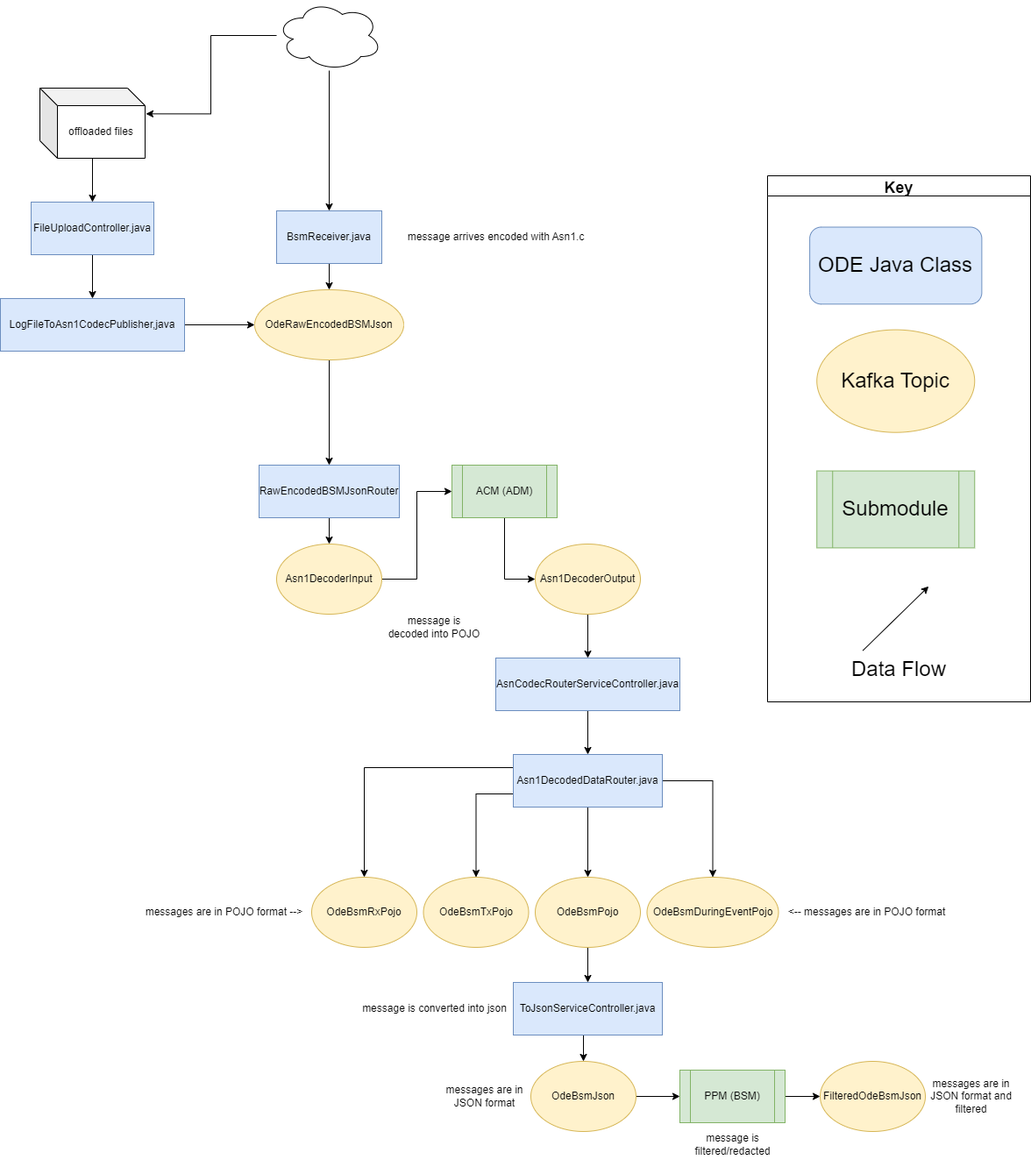
Before: docs/data-flow-diagrams/bsm/BSM Data Flow.drawio.png, a diagram exported from draw.io (CDOT-CV/jpo-ode). Source tidied: cells renumbered, new cells last; positions are measured from the earlier drawing's top-left corner, leaving out a move shared by most shapes.
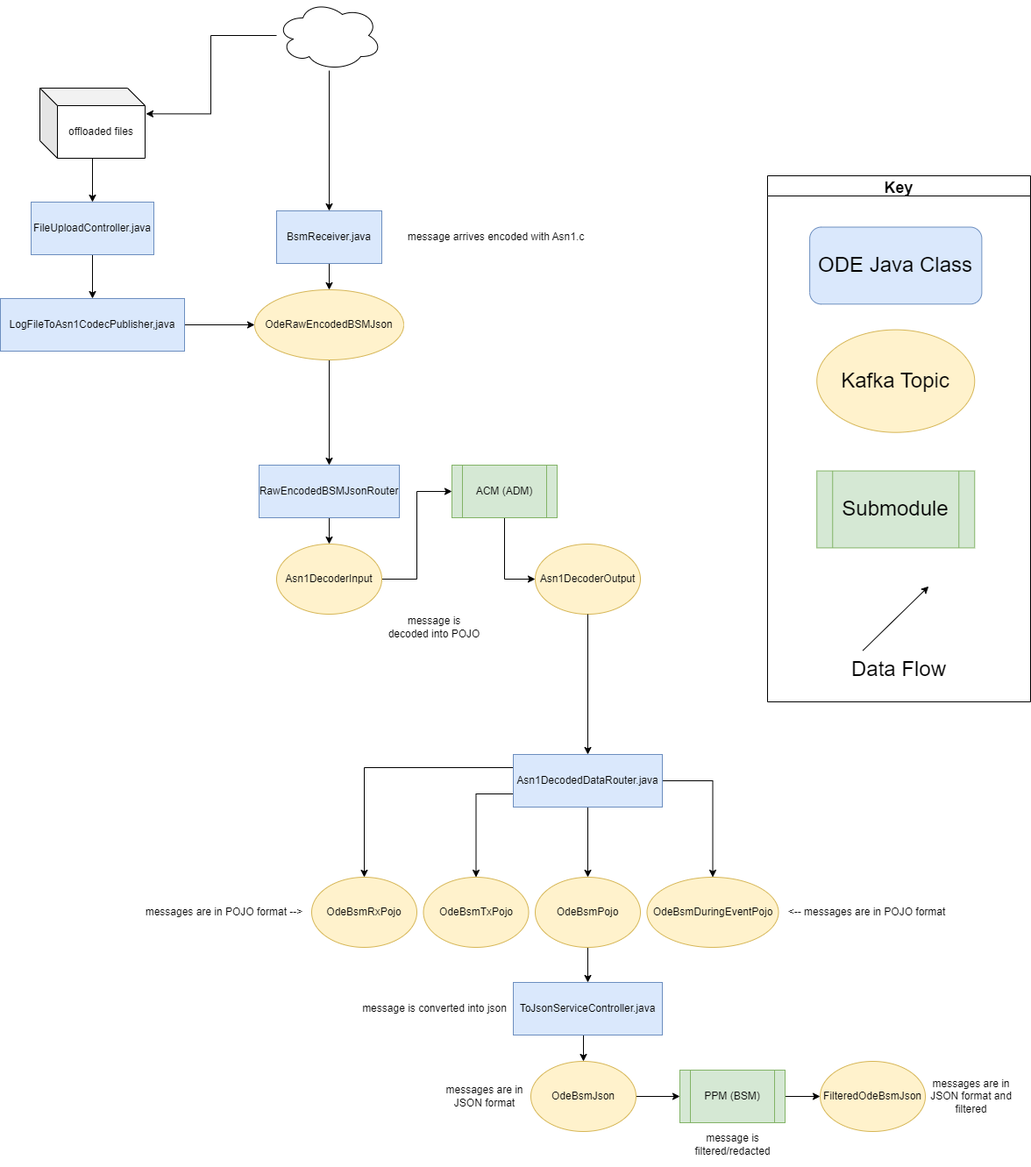
After the change.

Commit message:
docs: update BSM Data Flow diagram

Diff of the diagram source:
```diff
@@ -59,9 +59,6 @@
     <mxCell id="20" value="Asn1DecoderInput" style="ellipse;whiteSpace=wrap;html=1;fillColor=#fff2cc;strokeColor=#d6b656;" parent="1" vertex="1">
       <mxGeometry x="315" y="620" width="120" height="80" as="geometry" />
     </mxCell>
-    <mxCell id="21" style="edgeStyle=orthogonalEdgeStyle;rounded=0;jettySize=auto;html=1;" parent="1" edge="1" source="22" target="32">
-      <mxGeometry relative="1" as="geometry" />
-    </mxCell>
     <mxCell id="22" value="Asn1DecoderOutput" style="ellipse;whiteSpace=wrap;html=1;fillColor=#fff2cc;strokeColor=#d6b656;" parent="1" vertex="1">
       <mxGeometry x="610" y="620" width="120" height="80" as="geometry" />
     </mxCell>
@@ -89,12 +86,9 @@
     <mxCell id="30" value="OdeBsmTxPojo" style="ellipse;whiteSpace=wrap;html=1;fillColor=#fff2cc;strokeColor=#d6b656;" parent="1" vertex="1">
       <mxGeometry x="482.5" y="1000" width="120" height="80" as="geometry" />
     </mxCell>
-    <mxCell id="31" style="edgeStyle=orthogonalEdgeStyle;rounded=0;jettySize=auto;html=1;entryX=0.5;entryY=0;entryDx=0;entryDy=0;exitX=0.5;exitY=1;exitDx=0;exitDy=0;" parent="1" edge="1" source="32" target="6">
+    <mxCell id="31" style="edgeStyle=orthogonalEdgeStyle;rounded=0;jettySize=auto;html=1;entryX=0.5;entryY=0;entryDx=0;entryDy=0;exitX=0.5;exitY=1;exitDx=0;exitDy=0;" parent="1" edge="1" source="22" target="6">
       <mxGeometry relative="1" as="geometry" />
     </mxCell>
-    <mxCell id="32" value="AsnCodecRouterServiceController.java" style="rounded=0;whiteSpace=wrap;html=1;fillColor=#dae8fc;strokeColor=#6c8ebf;" parent="1" vertex="1">
-      <mxGeometry x="565" y="750" width="210" height="60" as="geometry" />
-    </mxCell>
     <mxCell id="33" style="group;" parent="1" vertex="1">
       <mxGeometry x="875" y="200" width="300" height="600" as="geometry" />
     </mxCell>
```
